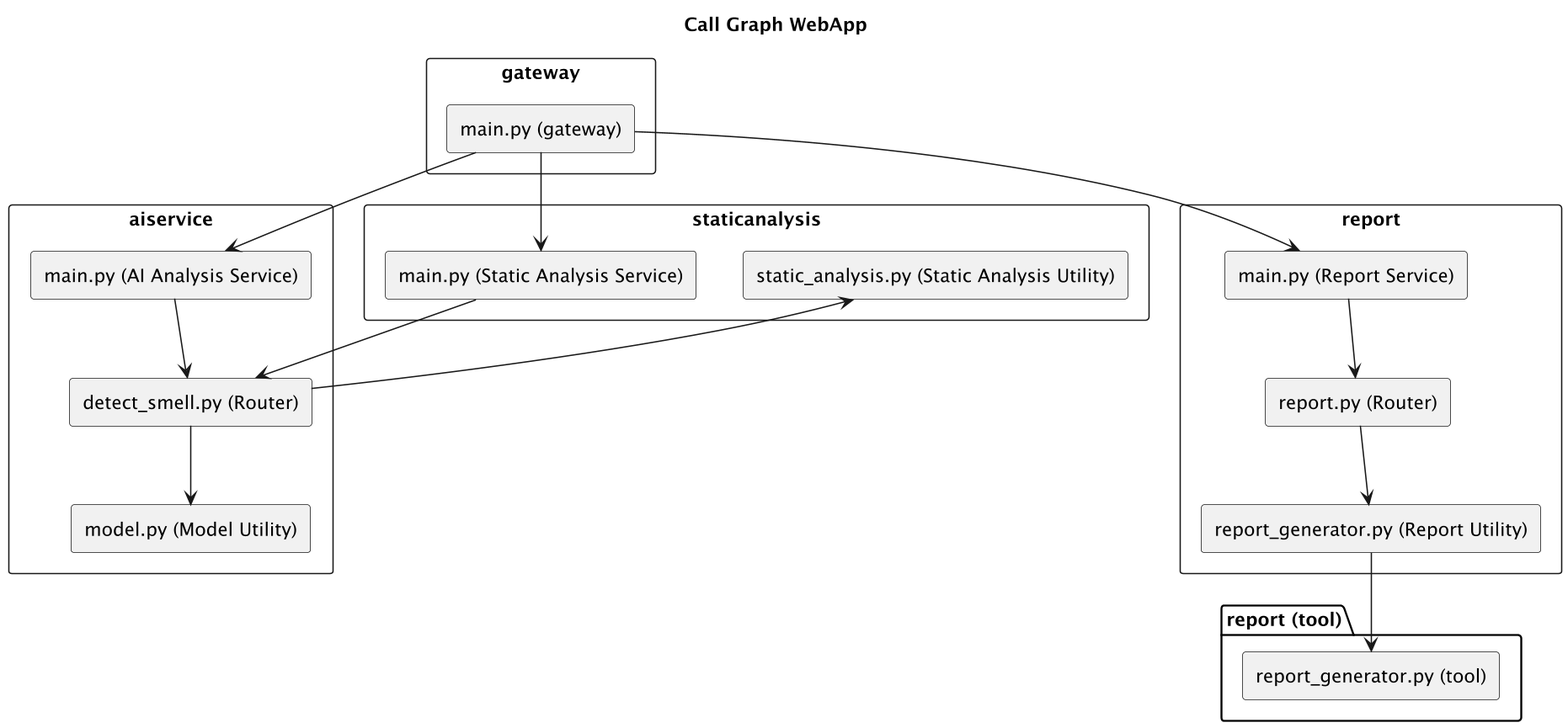
Earlier version of the PlantUML export call_graph/CallGraphWebApp-Call_Graph_WebApp.png (ssilvestri15/smell_ai). Its diagram source:
```plantuml
@startuml CallGraphWebApp
skinparam componentStyle rectangle
skinparam shadowing false
skinparam dpi 150
title Call Graph WebApp

rectangle "gateway" {
  [main.py (gateway)]
}

rectangle "aiservice" {
  [main.py (AI Analysis Service)]
  [detect_smell.py (Router)]
  [model.py (Model Utility)]
}

rectangle "staticanalysis" {
  [main.py (Static Analysis Service)]
  [detect_smell.py (Router)]
  [static_analysis.py (Static Analysis Utility)]
}

rectangle "report" {
  [main.py (Report Service)]
  [report.py (Router)]
  [report_generator.py (Report Utility)]
}

package "report (tool)" {
  [report_generator.py (tool)]
}

[main.py (gateway)] --> [main.py (AI Analysis Service)]
[main.py (gateway)] --> [main.py (Static Analysis Service)]
[main.py (gateway)] --> [main.py (Report Service)]

[main.py (AI Analysis Service)] --> [detect_smell.py (Router)]
[detect_smell.py (Router)] --> [model.py (Model Utility)]

[main.py (Static Analysis Service)] --> [detect_smell.py (Router)]
[detect_smell.py (Router)] --> [static_analysis.py (Static Analysis Utility)]

[main.py (Report Service)] --> [report.py (Router)]
[report.py (Router)] --> [report_generator.py (Report Utility)]

[report_generator.py (Report Utility)] --> [report_generator.py (tool)]

@enduml
```
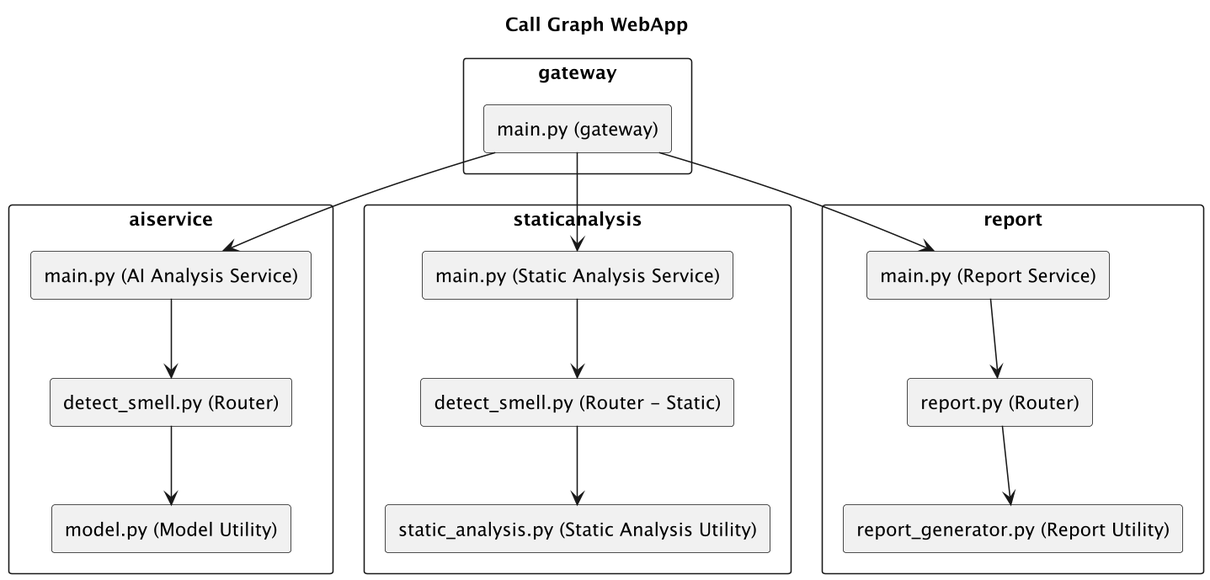
Later version of the same file.

Commit message:
CR3: Fixed Call Graph Web App and Project Analyzer output files

What changed in the source:
```diff
@@ -16,7 +16,7 @@
 
 rectangle "staticanalysis" {
   [main.py (Static Analysis Service)]
-  [detect_smell.py (Router)]
+  [detect_smell.py (Router - Static)]
   [static_analysis.py (Static Analysis Utility)]
 }
 
@@ -26,10 +26,6 @@
   [report_generator.py (Report Utility)]
 }
 
-package "report (tool)" {
-  [report_generator.py (tool)]
-}
-
 [main.py (gateway)] --> [main.py (AI Analysis Service)]
 [main.py (gateway)] --> [main.py (Static Analysis Service)]
 [main.py (gateway)] --> [main.py (Report Service)]
@@ -37,12 +33,10 @@
 [main.py (AI Analysis Service)] --> [detect_smell.py (Router)]
 [detect_smell.py (Router)] --> [model.py (Model Utility)]
 
-[main.py (Static Analysis Service)] --> [detect_smell.py (Router)]
-[detect_smell.py (Router)] --> [static_analysis.py (Static Analysis Utility)]
+[main.py (Static Analysis Service)] --> [detect_smell.py (Router - Static)]
+[detect_smell.py (Router - Static)] --> [static_analysis.py (Static Analysis Utility)]
 
 [main.py (Report Service)] --> [report.py (Router)]
 [report.py (Router)] --> [report_generator.py (Report Utility)]
 
-[report_generator.py (Report Utility)] --> [report_generator.py (tool)]
-
 @enduml
```
